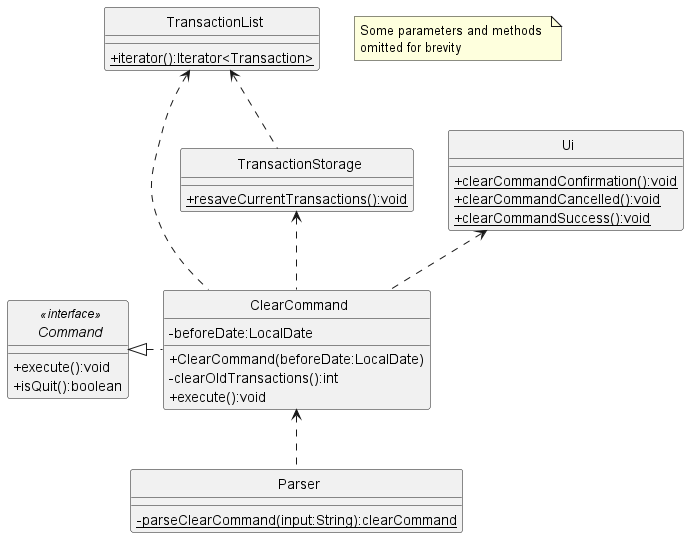
Above: docs/uml-diagrams/ClearCommandClass.png in rismm/tp (PlantUML), before the change.
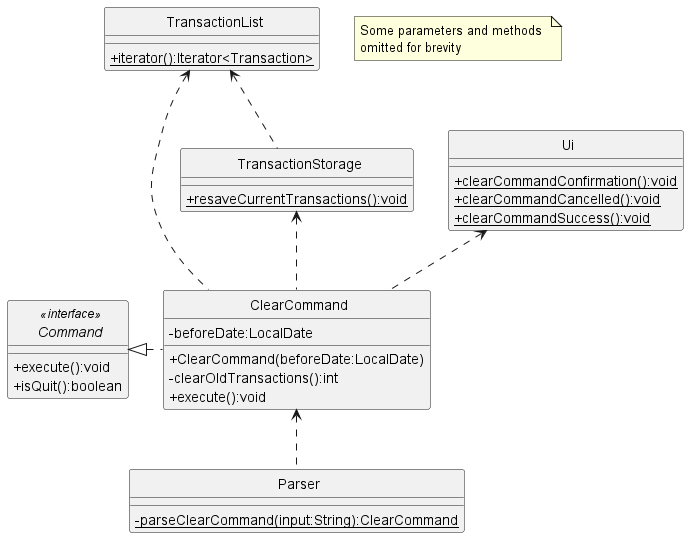
After the change.

Diff of the diagram source:
```diff
@@ -40,7 +40,7 @@
 }
 
 class Parser {
-    {static}-parseClearCommand(input:String):clearCommand
+    {static}-parseClearCommand(input:String):ClearCommand
 }
 
 class TransactionStorage {
```
